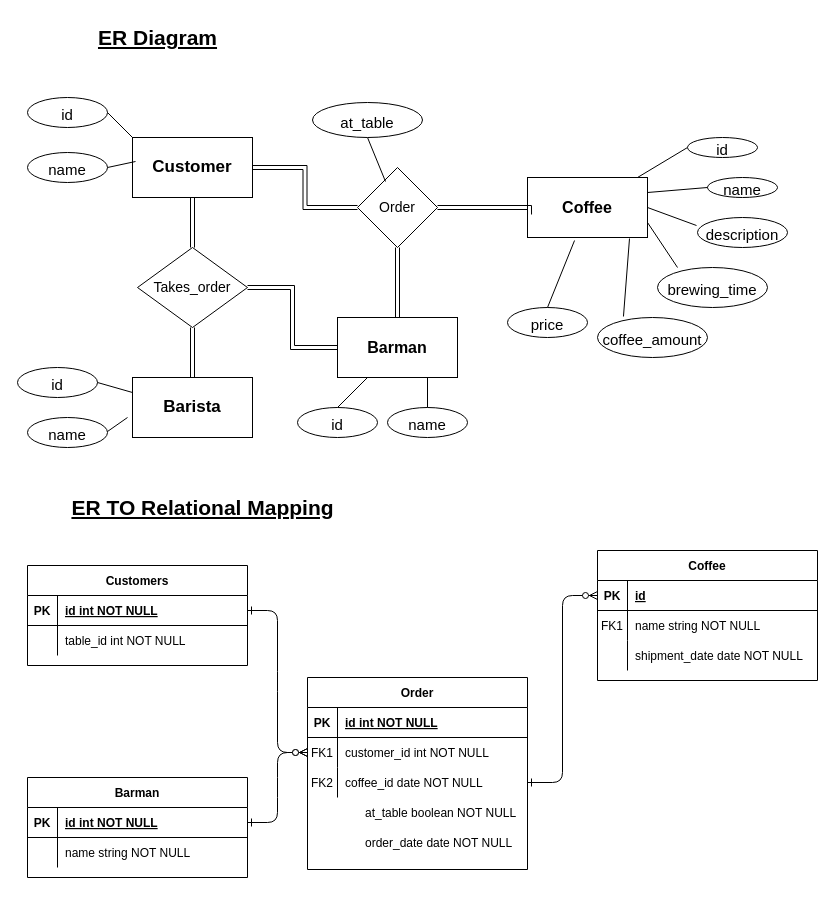
This is Untitled Diagram.drawio from bini-i/article, a draw.io file, before an edit. Source tidied: cells renumbered, new cells numbered last; positions are measured from the earlier drawing's top-left corner, leaving out a move shared by most shapes. Both pictures are drawn from the tidied source at 100%, with x=0, y=0 at pixel (17, 17).
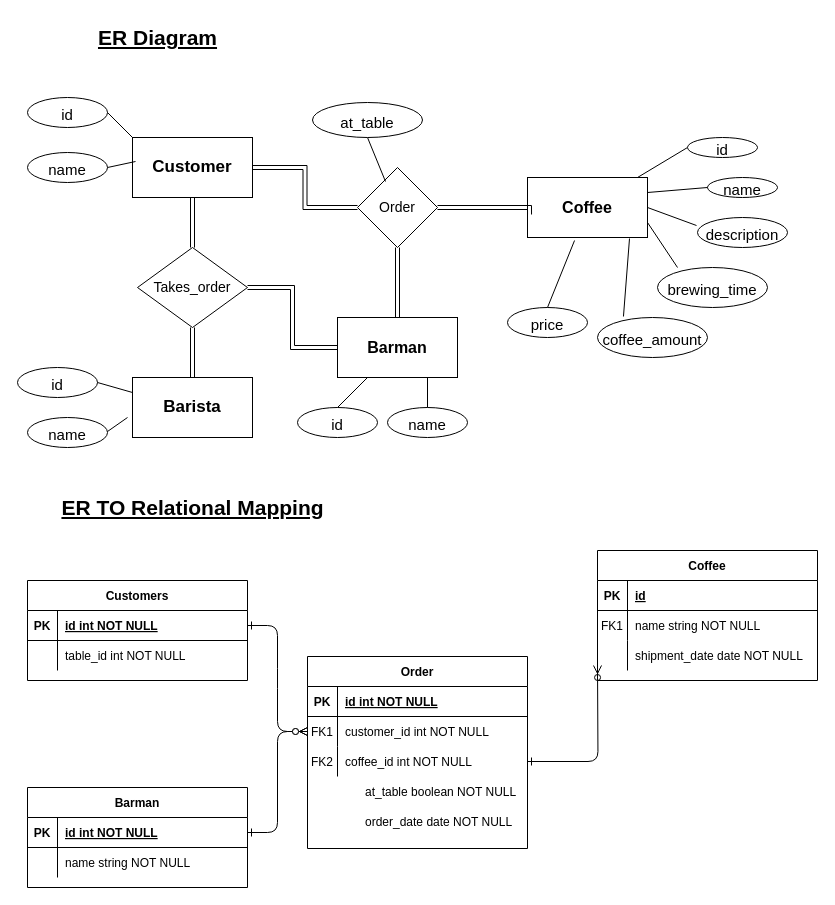
The same diagram, later.

The change refers to these unchanged cells:
```xml
<mxCell id="11" style="shape=partialRectangle;fillColor=none;points=[[0,0.5],[1,0.5]];portConstraint=eastwest;top=0;left=0;right=0;bottom=0;" parent="4" vertex="1">
  <mxGeometry y="90" width="220" height="30" as="geometry" />
</mxCell>
<mxCell id="15" style="shape=partialRectangle;fillColor=none;points=[[0,0.5],[1,0.5]];portConstraint=eastwest;top=0;left=0;right=0;bottom=1;" parent="14" vertex="1">
  <mxGeometry y="30" width="220" height="30" as="geometry" />
</mxCell>
```

Change to the diagram source:
```diff
@@
-    <mxCell id="3" style="edgeStyle=orthogonalEdgeStyle;endArrow=ERzeroToMany;startArrow=ERone;endFill=1;startFill=0;exitX=1;exitY=0.5;exitDx=0;exitDy=0;entryX=0;entryY=0.5;entryDx=0;entryDy=0;" parent="1" edge="1" source="11" target="15">
-      <mxGeometry relative="1" as="geometry" />
+    <mxCell id="3" style="edgeStyle=orthogonalEdgeStyle;endArrow=ERzeroToMany;startArrow=ERone;endFill=1;startFill=0;exitX=1;exitY=0.5;exitDx=0;exitDy=0;entryX=0;entryY=0.5;entryDx=0;entryDy=0;" parent="1" edge="1" source="11">
+      <mxGeometry relative="1" as="geometry">
+        <mxPoint x="580" y="648" as="targetPoint" />
+      </mxGeometry>
     </mxCell>
     <mxCell id="4" value="Order" style="shape=table;startSize=30;childLayout=tableLayout;rowLines=0;fontStyle=1;align=center;" parent="1" vertex="1">
-      <mxGeometry x="290" y="660" width="220" height="192" as="geometry" />
+      <mxGeometry x="290" y="639" width="220" height="192" as="geometry" />
     </mxCell>
@@
-    <mxCell id="13" value="coffee_id date NOT NULL" style="shape=partialRectangle;overflow=hidden;fillColor=none;top=0;left=0;bottom=0;right=0;align=left;spacingLeft=6;" parent="11" vertex="1">
+    <mxCell id="13" value="coffee_id int NOT NULL" style="shape=partialRectangle;overflow=hidden;fillColor=none;top=0;left=0;bottom=0;right=0;align=left;spacingLeft=6;" parent="11" vertex="1">
       <mxGeometry x="30" width="190" height="30" as="geometry" />
     </mxCell>
@@
     <mxCell id="24" value="Customers" style="shape=table;startSize=30;childLayout=tableLayout;rowLines=0;fontStyle=1;align=center;" parent="1" vertex="1">
-      <mxGeometry x="10" y="548" width="220" height="100" as="geometry" />
+      <mxGeometry x="10" y="563" width="220" height="100" as="geometry" />
     </mxCell>
@@
     <mxCell id="70" value="at_table boolean NOT NULL" style="shape=partialRectangle;overflow=hidden;fillColor=none;top=0;left=0;bottom=0;right=0;align=left;spacingLeft=6;" parent="1" vertex="1">
-      <mxGeometry x="340" y="780" width="220" height="30" as="geometry" />
+      <mxGeometry x="340" y="759" width="220" height="30" as="geometry" />
     </mxCell>
     <mxCell id="71" value="order_date date NOT NULL" style="shape=partialRectangle;overflow=hidden;fillColor=none;top=0;left=0;bottom=0;right=0;align=left;spacingLeft=6;" parent="1" vertex="1">
-      <mxGeometry x="340" y="810" width="220" height="30" as="geometry" />
+      <mxGeometry x="340" y="789" width="220" height="30" as="geometry" />
     </mxCell>
     <mxCell id="72" value="Barman" style="shape=table;startSize=30;childLayout=tableLayout;rowLines=0;fontStyle=1;align=center;" parent="1" vertex="1">
-      <mxGeometry x="10" y="760" width="220" height="100" as="geometry" />
+      <mxGeometry x="10" y="770" width="220" height="100" as="geometry" />
     </mxCell>
@@
     <mxCell id="80" value="&lt;b&gt;&lt;font style=&quot;font-size: 21px;&quot;&gt;&lt;u&gt;ER TO Relational Mapping&lt;/u&gt;&lt;/font&gt;&lt;/b&gt;" style="text;html=1;align=center;verticalAlign=middle;strokeColor=none;fillColor=none;" parent="1" vertex="1">
-      <mxGeometry x="40" y="470" width="290" height="40" as="geometry" />
+      <mxGeometry x="30" y="470" width="290" height="40" as="geometry" />
     </mxCell>
```
